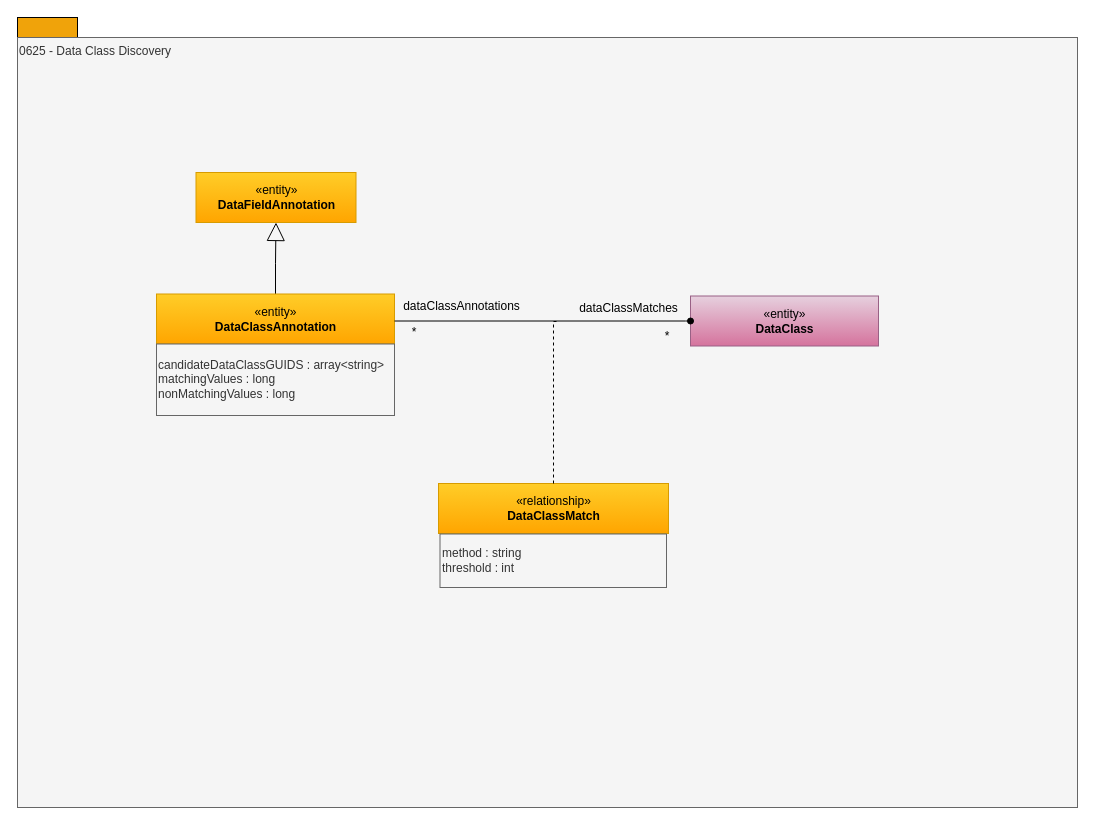
Earlier version of the draw.io diagram page "0625-Data-Class-Discovery" (7 of 14) of site/docs/types/6/area-6-discovery.drawio (odpi/egeria-docs). Source tidied: cells renumbered, new cells numbered last; positions are measured from the earlier drawing's top-left corner, leaving out a move shared by most shapes. Both pictures are drawn from the tidied source at 100%, with x=0, y=0 at pixel (17, 17).
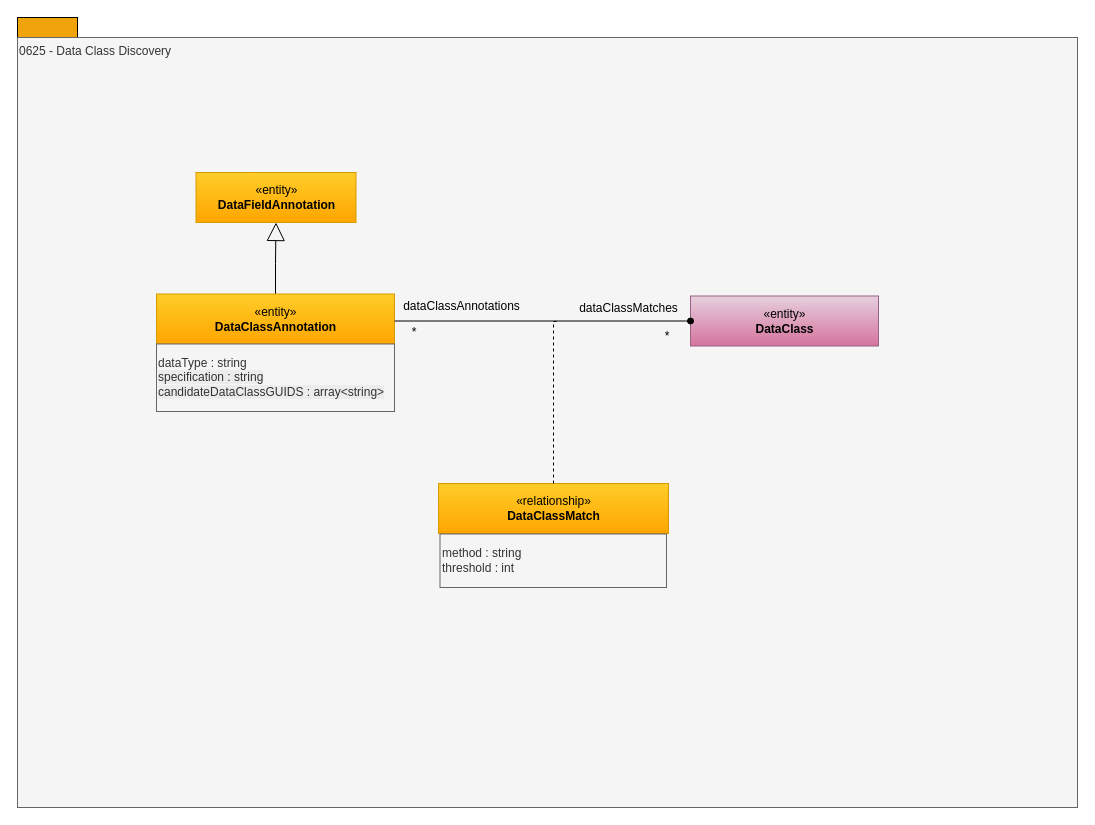
The same page after the edit.

Change to the diagram source:
```diff
@@
-    <mxCell id="6" value="candidateDataClassGUIDS : array&amp;lt;string&amp;gt;&lt;div&gt;matchingValues : long&lt;/div&gt;&lt;div&gt;nonMatchingValues : long&lt;/div&gt;" style="rounded=0;whiteSpace=wrap;html=1;strokeColor=#666666;align=left;fillColor=#f5f5f5;fontColor=#333333;" parent="1" vertex="1">
-      <mxGeometry x="139" y="326.5" width="238" height="71.5" as="geometry" />
+    <mxCell id="6" value="&lt;span style=&quot;color: rgb(51, 51, 51); font-family: Helvetica; font-size: 12px; font-style: normal; font-variant-ligatures: normal; font-variant-caps: normal; font-weight: 400; letter-spacing: normal; orphans: 2; text-align: left; text-indent: 0px; text-transform: none; widows: 2; word-spacing: 0px; -webkit-text-stroke-width: 0px; white-space: normal; background-color: rgb(236, 236, 236); text-decoration-thickness: initial; text-decoration-style: initial; text-decoration-color: initial; display: inline !important; float: none;&quot;&gt;&lt;div&gt;dataType : string&lt;/div&gt;specification : string&lt;/span&gt;&lt;div&gt;&lt;span style=&quot;color: rgb(51, 51, 51); font-family: Helvetica; font-size: 12px; font-style: normal; font-variant-ligatures: normal; font-variant-caps: normal; font-weight: 400; letter-spacing: normal; orphans: 2; text-align: left; text-indent: 0px; text-transform: none; widows: 2; word-spacing: 0px; -webkit-text-stroke-width: 0px; white-space: normal; background-color: rgb(236, 236, 236); text-decoration-thickness: initial; text-decoration-style: initial; text-decoration-color: initial; display: inline !important; float: none;&quot;&gt;candidateDataClassGUIDS : array&amp;lt;string&amp;gt;&lt;/span&gt;&lt;/div&gt;" style="rounded=0;whiteSpace=wrap;html=1;strokeColor=#666666;align=left;fillColor=#f5f5f5;fontColor=#333333;" parent="1" vertex="1">
+      <mxGeometry x="139" y="326.5" width="238" height="67.5" as="geometry" />
     </mxCell>
```
